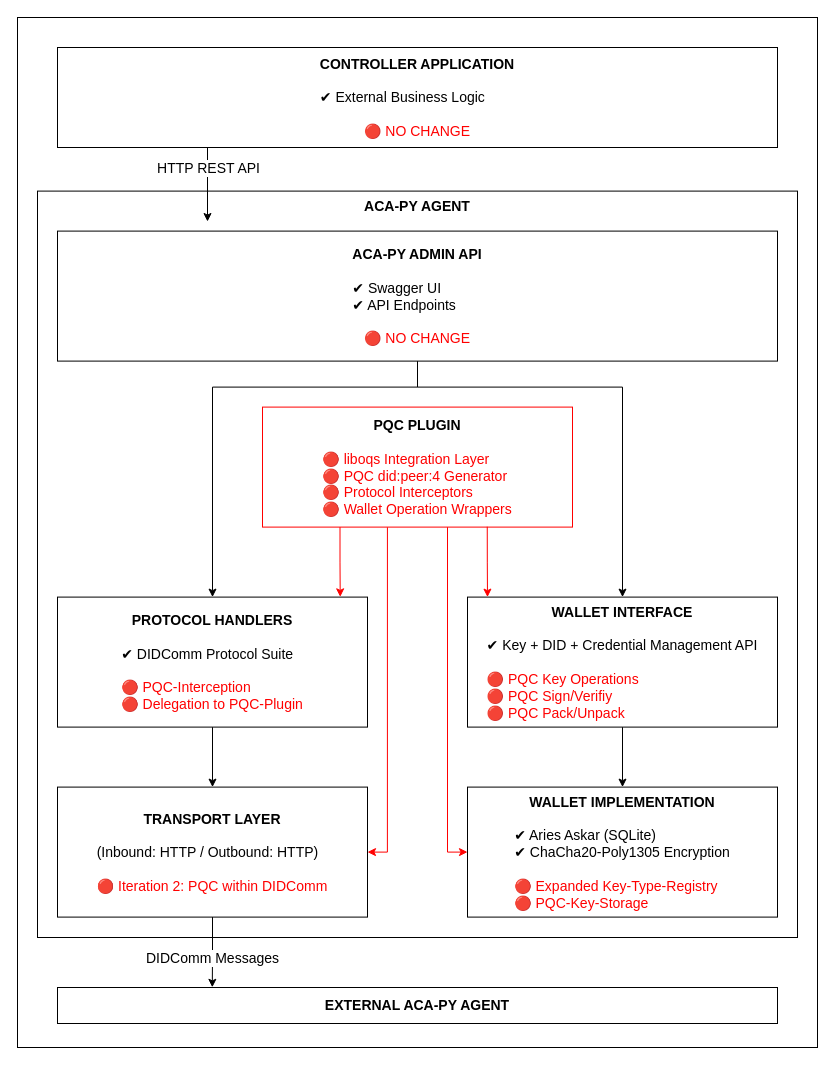
Before: abbildungen/ACA-Py Applikationsarchitektur mit PQC-Integration.drawio in Rotot3x/MSc-Master-Thesis, a draw.io diagram. Source tidied: cells renumbered, new cells numbered last; positions are measured from the earlier drawing's top-left corner, leaving out a move shared by most shapes. Both pictures are drawn from the tidied source at 100%, with x=0, y=0 at pixel (17, 17).
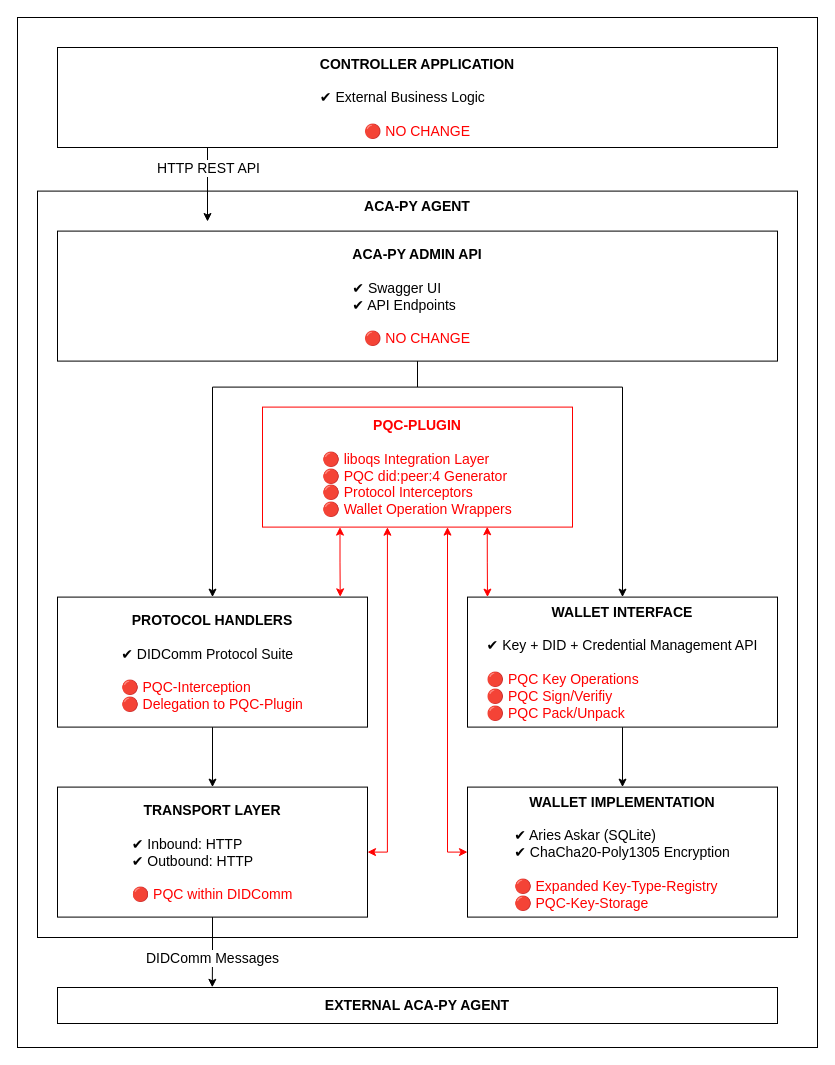
After the change.

Unchanged cells that the change refers to:
```xml
<mxCell id="11" value="&lt;div&gt;&lt;font style=&quot;font-size: 14px;&quot;&gt;&lt;b&gt;PROTOCOL HANDLERS&lt;/b&gt;&lt;/font&gt;&lt;/div&gt;&lt;div&gt;&lt;font style=&quot;font-size: 14px;&quot;&gt;&lt;br&gt;&lt;/font&gt;&lt;/div&gt;&lt;div align=&quot;left&quot;&gt;&lt;font style=&quot;font-size: 14px;&quot;&gt;✔ DIDComm Protocol Suite&lt;/font&gt;&lt;/div&gt;&lt;div align=&quot;left&quot;&gt;&lt;font style=&quot;font-size: 14px;&quot;&gt;&lt;br&gt;&lt;/font&gt;&lt;/div&gt;&lt;div align=&quot;left&quot;&gt;&lt;font style=&quot;font-size: 14px; color: rgb(255, 0, 0);&quot;&gt;🔴 PQC-&lt;/font&gt;&lt;font style=&quot;font-size: 14px;&quot;&gt;&lt;span style=&quot;color: rgb(255, 0, 0);&quot;&gt;Interception&lt;/span&gt;&lt;/font&gt;&lt;/div&gt;&lt;div align=&quot;left&quot;&gt;&lt;font style=&quot;font-size: 14px; color: rgb(255, 0, 0);&quot;&gt;🔴&amp;nbsp;&lt;/font&gt;&lt;font style=&quot;font-size: 14px;&quot;&gt;&lt;span style=&quot;color: rgb(255, 0, 0);&quot;&gt;Delegation to PQC-Plugin&lt;/span&gt;&lt;/font&gt;&lt;/div&gt;" style="rounded=0;whiteSpace=wrap;html=1;" parent="1" vertex="1">
  <mxGeometry x="40" y="579.6" width="310" height="130" as="geometry" />
</mxCell>
<mxCell id="14" value="&lt;div&gt;&lt;font style=&quot;font-size: 14px;&quot;&gt;&lt;b&gt;WALLET IMPLEMENTATION&lt;/b&gt;&lt;/font&gt;&lt;/div&gt;&lt;div&gt;&lt;font style=&quot;font-size: 14px;&quot;&gt;&lt;br&gt;&lt;/font&gt;&lt;/div&gt;&lt;div align=&quot;left&quot;&gt;&lt;font style=&quot;font-size: 14px;&quot;&gt;✔ Aries Askar (SQLite)&lt;/font&gt;&lt;/div&gt;&lt;div align=&quot;left&quot;&gt;&lt;font style=&quot;font-size: 14px;&quot;&gt;✔ ChaCha20-Poly1305 Encryption&lt;/font&gt;&lt;/div&gt;&lt;div align=&quot;left&quot;&gt;&lt;font style=&quot;font-size: 14px;&quot;&gt;&lt;br&gt;&lt;/font&gt;&lt;/div&gt;&lt;div align=&quot;left&quot;&gt;&lt;font style=&quot;font-size: 14px; color: rgb(255, 0, 0);&quot;&gt;🔴 Expanded Key-Type-Registry&lt;/font&gt;&lt;/div&gt;&lt;div align=&quot;left&quot;&gt;&lt;font style=&quot;font-size: 14px; color: rgb(255, 0, 0);&quot;&gt;🔴 PQC-Key-Storage&lt;/font&gt;&lt;/div&gt;" style="rounded=0;whiteSpace=wrap;html=1;" parent="1" vertex="1">
  <mxGeometry x="450" y="769.6" width="310" height="130" as="geometry" />
</mxCell>
```

What changed in the source:
```diff
@@
-    <mxCell id="15" style="edgeStyle=orthogonalEdgeStyle;rounded=0;jettySize=auto;html=1;endArrow=none;endFill=0;startArrow=classic;startFill=1;entryX=0.403;entryY=1.001;entryDx=0;entryDy=0;entryPerimeter=0;exitX=1;exitY=0.5;exitDx=0;exitDy=0;strokeColor=#FF0000;" parent="1" edge="1" source="16" target="21">
+    <mxCell id="15" style="edgeStyle=orthogonalEdgeStyle;rounded=0;jettySize=auto;html=1;endArrow=classic;endFill=1;startArrow=classic;startFill=1;entryX=0.403;entryY=1.001;entryDx=0;entryDy=0;entryPerimeter=0;exitX=1;exitY=0.5;exitDx=0;exitDy=0;strokeColor=#FF0000;" parent="1" edge="1" source="16" target="21">
       <mxGeometry relative="1" as="geometry">
         <Array as="points">
           <mxPoint x="370" y="835" />
         </Array>
       </mxGeometry>
     </mxCell>
-    <mxCell id="16" value="&lt;div&gt;&lt;font style=&quot;font-size: 14px;&quot;&gt;&lt;b&gt;TRANSPORT LAYER&lt;/b&gt;&lt;/font&gt;&lt;/div&gt;&lt;div&gt;&lt;font style=&quot;font-size: 14px;&quot;&gt;&lt;br&gt;&lt;/font&gt;&lt;/div&gt;&lt;div align=&quot;left&quot;&gt;&lt;font style=&quot;font-size: 14px;&quot;&gt;(Inbound: HTTP / Outbound: HTTP)&lt;/font&gt;&lt;/div&gt;&lt;div align=&quot;left&quot;&gt;&lt;font style=&quot;font-size: 14px;&quot;&gt;&lt;br&gt;&lt;/font&gt;&lt;/div&gt;&lt;div align=&quot;left&quot;&gt;&lt;font style=&quot;font-size: 14px; color: rgb(255, 0, 0);&quot;&gt;🔴&amp;nbsp;&lt;/font&gt;&lt;font style=&quot;font-size: 14px; color: rgb(255, 0, 0);&quot;&gt;Iteration 2: PQC within DIDComm&lt;/font&gt;&lt;/div&gt;" style="rounded=0;whiteSpace=wrap;html=1;" parent="1" vertex="1">
+    <mxCell id="16" value="&lt;div&gt;&lt;font style=&quot;font-size: 14px;&quot;&gt;&lt;b&gt;TRANSPORT LAYER&lt;/b&gt;&lt;/font&gt;&lt;/div&gt;&lt;div&gt;&lt;font style=&quot;font-size: 14px;&quot;&gt;&lt;br&gt;&lt;/font&gt;&lt;/div&gt;&lt;div align=&quot;left&quot;&gt;&lt;font style=&quot;font-size: 14px;&quot;&gt;✔ Inbound: HTTP&lt;br&gt;✔ Outbound: HTTP&lt;/font&gt;&lt;/div&gt;&lt;div align=&quot;left&quot;&gt;&lt;font style=&quot;font-size: 14px;&quot;&gt;&lt;br&gt;&lt;/font&gt;&lt;/div&gt;&lt;div align=&quot;left&quot;&gt;&lt;font style=&quot;font-size: 14px; color: rgb(255, 0, 0);&quot;&gt;🔴&amp;nbsp;&lt;/font&gt;&lt;font style=&quot;font-size: 14px; color: rgb(255, 0, 0);&quot;&gt;PQC within DIDComm&lt;/font&gt;&lt;/div&gt;" style="rounded=0;whiteSpace=wrap;html=1;" parent="1" vertex="1">
       <mxGeometry x="40" y="769.6" width="310" height="130" as="geometry" />
     </mxCell>
@@
-    <mxCell id="20" style="edgeStyle=orthogonalEdgeStyle;rounded=0;jettySize=auto;html=1;entryX=0;entryY=0.5;entryDx=0;entryDy=0;strokeColor=#FF0000;" parent="1" edge="1" source="21" target="14">
+    <mxCell id="20" style="edgeStyle=orthogonalEdgeStyle;rounded=0;jettySize=auto;html=1;entryX=0;entryY=0.5;entryDx=0;entryDy=0;strokeColor=#FF0000;startArrow=classic;startFill=1;" parent="1" edge="1" source="21" target="14">
       <mxGeometry relative="1" as="geometry">
         <Array as="points">
           <mxPoint x="430" y="835" />
           <mxPoint x="450" y="835" />
         </Array>
       </mxGeometry>
     </mxCell>
-    <mxCell id="21" value="&lt;div&gt;&lt;font style=&quot;font-size: 14px; color: rgb(0, 0, 0);&quot;&gt;&lt;b&gt;PQC PLUGIN&lt;/b&gt;&lt;/font&gt;&lt;/div&gt;&lt;div&gt;&lt;font style=&quot;font-size: 14px; color: rgba(0, 0, 0, 0);&quot;&gt;&lt;br&gt;&lt;/font&gt;&lt;/div&gt;&lt;div align=&quot;left&quot;&gt;&lt;font style=&quot;font-size: 14px; color: rgb(255, 0, 0);&quot;&gt;🔴&amp;nbsp;&lt;/font&gt;&lt;font style=&quot;font-size: 14px; color: light-dark(rgb(255, 0, 0), rgb(237, 237, 237));&quot;&gt;&lt;span style=&quot;color: rgb(0, 0, 0);&quot;&gt;&lt;span style=&quot;color: rgb(255, 0, 0);&quot;&gt;liboqs Integration Layer&lt;/span&gt;&lt;/span&gt;&lt;/font&gt;&lt;/div&gt;&lt;div align=&quot;left&quot;&gt;&lt;font style=&quot;font-size: 14px; color: rgb(255, 0, 0);&quot;&gt;🔴&amp;nbsp;&lt;/font&gt;&lt;font style=&quot;font-size: 14px; color: light-dark(rgb(255, 0, 0), rgb(237, 237, 237));&quot;&gt;&lt;span style=&quot;color: rgb(0, 0, 0);&quot;&gt;&lt;span style=&quot;color: rgb(255, 0, 0);&quot;&gt;&lt;span style=&quot;color: rgb(255, 0, 0);&quot;&gt;PQC did:peer:4 Generator&lt;/span&gt;&lt;/span&gt;&lt;/span&gt;&lt;/font&gt;&lt;/div&gt;&lt;div align=&quot;left&quot;&gt;&lt;font style=&quot;font-size: 14px; color: rgb(255, 0, 0);&quot;&gt;🔴&amp;nbsp;&lt;/font&gt;&lt;font style=&quot;font-size: 14px; color: light-dark(rgb(255, 0, 0), rgb(237, 237, 237));&quot;&gt;&lt;span style=&quot;color: rgb(0, 0, 0);&quot;&gt;&lt;span style=&quot;color: rgb(255, 0, 0);&quot;&gt;&lt;span style=&quot;color: rgb(255, 0, 0);&quot;&gt;Protocol Interceptors&lt;/span&gt;&lt;/span&gt;&lt;/span&gt;&lt;/font&gt;&lt;/div&gt;&lt;div align=&quot;left&quot;&gt;&lt;font style=&quot;font-size: 14px; color: rgb(255, 0, 0);&quot;&gt;🔴&amp;nbsp;&lt;/font&gt;&lt;font style=&quot;font-size: 14px; color: light-dark(rgb(255, 0, 0), rgb(237, 237, 237));&quot;&gt;&lt;span style=&quot;color: rgb(0, 0, 0);&quot;&gt;&lt;span style=&quot;color: rgb(255, 0, 0);&quot;&gt;&lt;span style=&quot;color: rgb(255, 0, 0);&quot;&gt;Wallet Operation Wrappers&lt;br&gt;&lt;/span&gt;&lt;/span&gt;&lt;/span&gt;&lt;/font&gt;&lt;/div&gt;" style="rounded=0;whiteSpace=wrap;html=1;strokeColor=#FF0000;" parent="1" vertex="1">
+    <mxCell id="21" value="&lt;div&gt;&lt;font style=&quot;font-size: 14px; color: rgb(255, 0, 0);&quot;&gt;&lt;b&gt;PQC-PLUGIN&lt;/b&gt;&lt;/font&gt;&lt;/div&gt;&lt;div&gt;&lt;font style=&quot;font-size: 14px; color: rgba(0, 0, 0, 0);&quot;&gt;&lt;br&gt;&lt;/font&gt;&lt;/div&gt;&lt;div align=&quot;left&quot;&gt;&lt;font style=&quot;font-size: 14px; color: rgb(255, 0, 0);&quot;&gt;🔴&amp;nbsp;&lt;/font&gt;&lt;font style=&quot;font-size: 14px; color: light-dark(rgb(255, 0, 0), rgb(237, 237, 237));&quot;&gt;&lt;span style=&quot;color: rgb(0, 0, 0);&quot;&gt;&lt;span style=&quot;color: rgb(255, 0, 0);&quot;&gt;liboqs Integration Layer&lt;/span&gt;&lt;/span&gt;&lt;/font&gt;&lt;/div&gt;&lt;div align=&quot;left&quot;&gt;&lt;font style=&quot;font-size: 14px; color: rgb(255, 0, 0);&quot;&gt;🔴&amp;nbsp;&lt;/font&gt;&lt;font style=&quot;font-size: 14px; color: light-dark(rgb(255, 0, 0), rgb(237, 237, 237));&quot;&gt;&lt;span style=&quot;color: rgb(0, 0, 0);&quot;&gt;&lt;span style=&quot;color: rgb(255, 0, 0);&quot;&gt;&lt;span style=&quot;color: rgb(255, 0, 0);&quot;&gt;PQC did:peer:4 Generator&lt;/span&gt;&lt;/span&gt;&lt;/span&gt;&lt;/font&gt;&lt;/div&gt;&lt;div align=&quot;left&quot;&gt;&lt;font style=&quot;font-size: 14px; color: rgb(255, 0, 0);&quot;&gt;🔴&amp;nbsp;&lt;/font&gt;&lt;font style=&quot;font-size: 14px; color: light-dark(rgb(255, 0, 0), rgb(237, 237, 237));&quot;&gt;&lt;span style=&quot;color: rgb(0, 0, 0);&quot;&gt;&lt;span style=&quot;color: rgb(255, 0, 0);&quot;&gt;&lt;span style=&quot;color: rgb(255, 0, 0);&quot;&gt;Protocol Interceptors&lt;/span&gt;&lt;/span&gt;&lt;/span&gt;&lt;/font&gt;&lt;/div&gt;&lt;div align=&quot;left&quot;&gt;&lt;font style=&quot;font-size: 14px; color: rgb(255, 0, 0);&quot;&gt;🔴&amp;nbsp;&lt;/font&gt;&lt;font style=&quot;font-size: 14px; color: light-dark(rgb(255, 0, 0), rgb(237, 237, 237));&quot;&gt;&lt;span style=&quot;color: rgb(0, 0, 0);&quot;&gt;&lt;span style=&quot;color: rgb(255, 0, 0);&quot;&gt;&lt;span style=&quot;color: rgb(255, 0, 0);&quot;&gt;Wallet Operation Wrappers&lt;br&gt;&lt;/span&gt;&lt;/span&gt;&lt;/span&gt;&lt;/font&gt;&lt;/div&gt;" style="rounded=0;whiteSpace=wrap;html=1;strokeColor=#FF0000;" parent="1" vertex="1">
       <mxGeometry x="245" y="389.6" width="310" height="120" as="geometry" />
     </mxCell>
-    <mxCell id="22" style="edgeStyle=orthogonalEdgeStyle;rounded=0;jettySize=auto;html=1;exitX=0.25;exitY=1;exitDx=0;exitDy=0;entryX=0.912;entryY=-0.002;entryDx=0;entryDy=0;entryPerimeter=0;strokeColor=#FF0000;" parent="1" edge="1" source="21" target="11">
+    <mxCell id="22" style="edgeStyle=orthogonalEdgeStyle;rounded=0;jettySize=auto;html=1;exitX=0.25;exitY=1;exitDx=0;exitDy=0;entryX=0.912;entryY=-0.002;entryDx=0;entryDy=0;entryPerimeter=0;strokeColor=#FF0000;startArrow=classic;startFill=1;" parent="1" edge="1" source="21" target="11">
       <mxGeometry relative="1" as="geometry" />
     </mxCell>
-    <mxCell id="23" style="edgeStyle=orthogonalEdgeStyle;rounded=0;jettySize=auto;html=1;exitX=0.725;exitY=0.997;exitDx=0;exitDy=0;entryX=0.912;entryY=-0.002;entryDx=0;entryDy=0;entryPerimeter=0;strokeColor=#FF0000;exitPerimeter=0;" parent="1" edge="1" source="21">
+    <mxCell id="23" style="edgeStyle=orthogonalEdgeStyle;rounded=0;jettySize=auto;html=1;exitX=0.725;exitY=0.997;exitDx=0;exitDy=0;entryX=0.912;entryY=-0.002;entryDx=0;entryDy=0;entryPerimeter=0;strokeColor=#FF0000;exitPerimeter=0;startArrow=classic;startFill=1;" parent="1" edge="1" source="21">
       <mxGeometry relative="1" as="geometry">
         <mxPoint x="470" y="579.6" as="targetPoint" />
       </mxGeometry>
     </mxCell>
```
